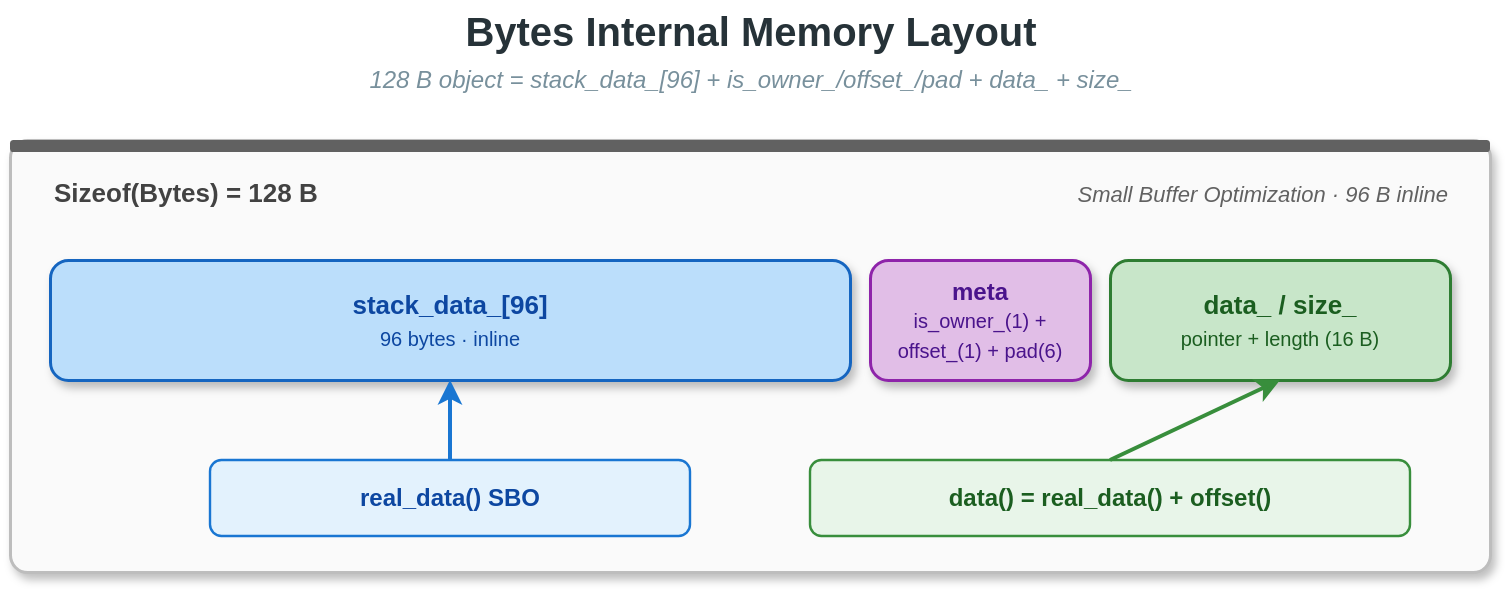
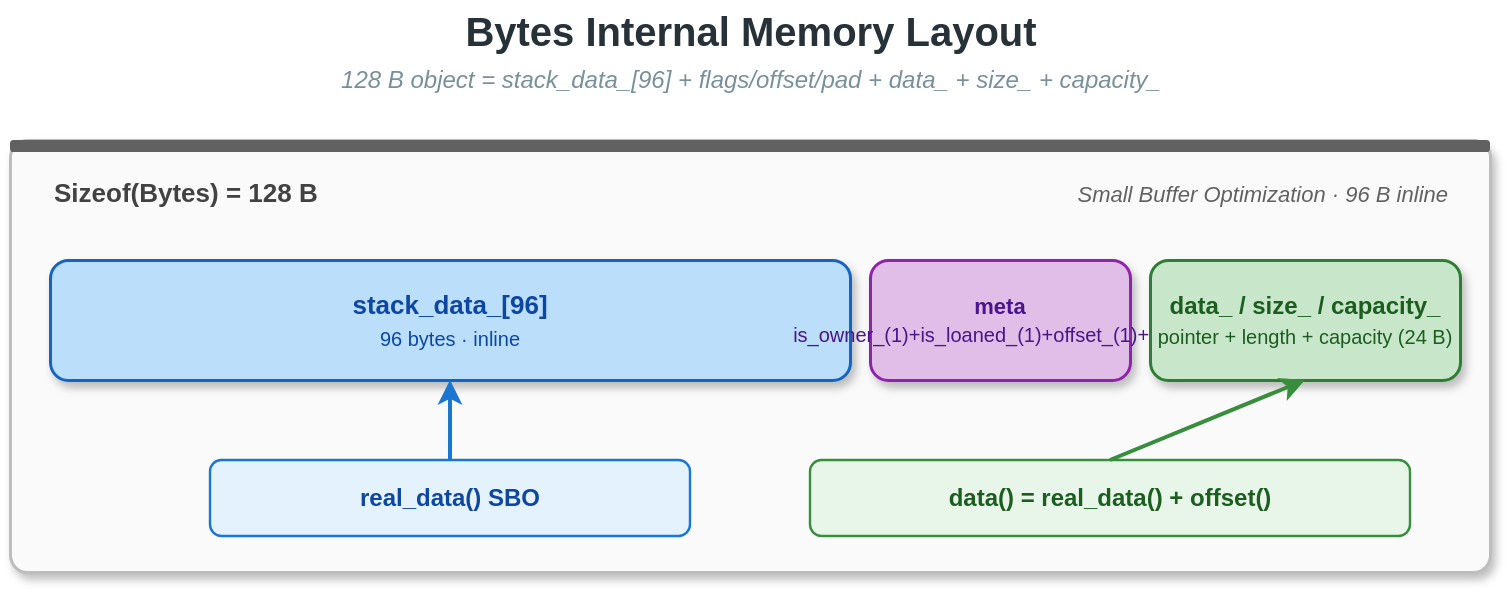
<mxfile host="app.diagrams.net" modified="2026-04-23T00:00:00.000Z" agent="Claude" version="24.0.0" type="device">
  <diagram id="bytes-memory-layout" name="Bytes Memory Layout">
    <mxGraphModel dx="820" dy="340" grid="0" gridSize="10" guides="1" tooltips="1" connect="1" arrows="1" fold="1" page="1" pageScale="1" pageWidth="820" pageHeight="340" math="0" shadow="0">
      <root>
        <mxCell id="0" />
        <mxCell id="1" parent="0" />

        <mxCell id="title" value="Bytes Internal Memory Layout" style="text;html=1;align=center;verticalAlign=middle;strokeColor=none;fillColor=none;fontSize=20;fontStyle=1;fontColor=#263238;" vertex="1" parent="1">
          <mxGeometry x="40" y="20" width="740" height="30" as="geometry" />
        </mxCell>
-         <mxCell id="sub" value="128 B object = stack_data_[96] + is_owner_/offset_/pad + data_ + size_" style="text;html=1;align=center;verticalAlign=middle;strokeColor=none;fillColor=none;fontSize=12;fontStyle=2;fontColor=#78909c;" vertex="1" parent="1">
+         <mxCell id="sub" value="128 B object = stack_data_[96] + flags/offset/pad + data_ + size_ + capacity_" style="text;html=1;align=center;verticalAlign=middle;strokeColor=none;fillColor=none;fontSize=12;fontStyle=2;fontColor=#78909c;" vertex="1" parent="1">
          <mxGeometry x="40" y="50" width="740" height="20" as="geometry" />
        </mxCell>

        <!-- container -->
        <mxCell id="bg" value="" style="rounded=1;whiteSpace=wrap;html=1;fillColor=#fafafa;strokeColor=#bdbdbd;strokeWidth=1.5;arcSize=4;shadow=1;" vertex="1" parent="1">
          <mxGeometry x="40" y="90" width="740" height="216" as="geometry" />
        </mxCell>
        <mxCell id="bar" value="" style="rounded=1;whiteSpace=wrap;html=1;fillColor=#616161;strokeColor=none;arcSize=30;" vertex="1" parent="1">
          <mxGeometry x="40" y="90" width="740" height="6" as="geometry" />
        </mxCell>
        <mxCell id="hdr" value="Sizeof(Bytes) = 128 B" style="text;html=1;align=left;verticalAlign=middle;strokeColor=none;fillColor=none;fontSize=13;fontStyle=1;fontColor=#424242;" vertex="1" parent="1">
          <mxGeometry x="60" y="104" width="400" height="24" as="geometry" />
        </mxCell>
        <mxCell id="hdr2" value="Small Buffer Optimization &#183; 96 B inline" style="text;html=1;align=right;verticalAlign=middle;strokeColor=none;fillColor=none;fontSize=11;fontStyle=2;fontColor=#616161;" vertex="1" parent="1">
          <mxGeometry x="380" y="106" width="380" height="22" as="geometry" />
        </mxCell>

        <!-- memory strip -->
        <mxCell id="sec1" value="&lt;b&gt;stack_data_[96]&lt;/b&gt;&lt;br/&gt;&lt;span style=&quot;font-size:10px;&quot;&gt;96 bytes &#183; inline&lt;/span&gt;" style="rounded=1;whiteSpace=wrap;html=1;fillColor=#bbdefb;strokeColor=#1565c0;strokeWidth=1.5;fontSize=13;fontColor=#0d47a1;shadow=1;" vertex="1" parent="1">
          <mxGeometry x="60" y="150" width="400" height="60" as="geometry" />
        </mxCell>
-         <mxCell id="sec2" value="&lt;b&gt;meta&lt;/b&gt;&lt;br/&gt;&lt;span style=&quot;font-size:10px;&quot;&gt;is_owner_(1) + offset_(1) + pad(6)&lt;/span&gt;" style="rounded=1;whiteSpace=wrap;html=1;fillColor=#e1bee7;strokeColor=#8e24aa;strokeWidth=1.5;fontSize=12;fontColor=#4a148c;shadow=1;" vertex="1" parent="1">
-           <mxGeometry x="470" y="150" width="110" height="60" as="geometry" />
+         <mxCell id="sec2" value="&lt;b&gt;meta&lt;/b&gt;&lt;br/&gt;&lt;span style=&quot;font-size:10px;&quot;&gt;is_owner_(1)+is_loaned_(1)+offset_(1)+pad(5)&lt;/span&gt;" style="rounded=1;whiteSpace=wrap;html=1;fillColor=#e1bee7;strokeColor=#8e24aa;strokeWidth=1.5;fontSize=11;fontColor=#4a148c;shadow=1;" vertex="1" parent="1">
+           <mxGeometry x="470" y="150" width="130" height="60" as="geometry" />
        </mxCell>
-         <mxCell id="sec3" value="&lt;b&gt;data_ / size_&lt;/b&gt;&lt;br/&gt;&lt;span style=&quot;font-size:10px;&quot;&gt;pointer + length (16 B)&lt;/span&gt;" style="rounded=1;whiteSpace=wrap;html=1;fillColor=#c8e6c9;strokeColor=#2e7d32;strokeWidth=1.5;fontSize=13;fontColor=#1b5e20;shadow=1;" vertex="1" parent="1">
-           <mxGeometry x="590" y="150" width="170" height="60" as="geometry" />
+         <mxCell id="sec3" value="&lt;b&gt;data_ / size_ / capacity_&lt;/b&gt;&lt;br/&gt;&lt;span style=&quot;font-size:10px;&quot;&gt;pointer + length + capacity (24 B)&lt;/span&gt;" style="rounded=1;whiteSpace=wrap;html=1;fillColor=#c8e6c9;strokeColor=#2e7d32;strokeWidth=1.5;fontSize=12;fontColor=#1b5e20;shadow=1;" vertex="1" parent="1">
+           <mxGeometry x="610" y="150" width="155" height="60" as="geometry" />
        </mxCell>

        <!-- SBO label -->
        <mxCell id="lbl_sbo" value="real_data()  SBO" style="rounded=1;whiteSpace=wrap;html=1;fillColor=#e3f2fd;strokeColor=#1976d2;strokeWidth=1.2;fontSize=12;fontStyle=1;fontColor=#0d47a1;" vertex="1" parent="1">
          <mxGeometry x="140" y="250" width="240" height="38" as="geometry" />
        </mxCell>
        <mxCell id="arr_sbo" value="" style="edgeStyle=none;html=1;endArrow=classic;endFill=1;strokeColor=#1976d2;strokeWidth=2;exitX=0.5;exitY=0;entryX=0.5;entryY=1;" edge="1" parent="1" source="lbl_sbo" target="sec1">
          <mxGeometry relative="1" as="geometry" />
        </mxCell>

        <!-- data() label -->
        <mxCell id="lbl_data" value="data() = real_data() + offset()" style="rounded=1;whiteSpace=wrap;html=1;fillColor=#e8f5e9;strokeColor=#388e3c;strokeWidth=1.2;fontSize=12;fontStyle=1;fontColor=#1b5e20;" vertex="1" parent="1">
          <mxGeometry x="440" y="250" width="300" height="38" as="geometry" />
        </mxCell>
        <mxCell id="arr_data" value="" style="edgeStyle=none;html=1;endArrow=classic;endFill=1;strokeColor=#388e3c;strokeWidth=2;exitX=0.5;exitY=0;entryX=0.5;entryY=1;" edge="1" parent="1" source="lbl_data" target="sec3">
          <mxGeometry relative="1" as="geometry" />
        </mxCell>

      </root>
    </mxGraphModel>
  </diagram>
</mxfile>
